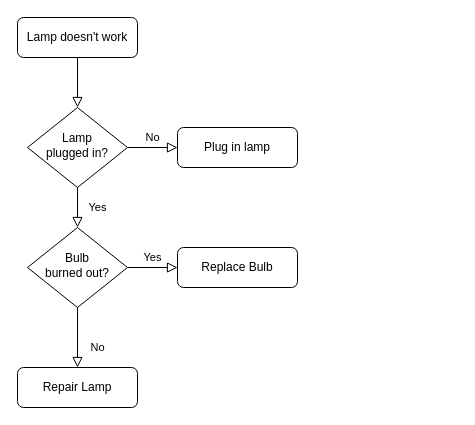
The draw.io diagram flowchart.drawio in penghl/drawio-test, before the edit. Source tidied: cells renumbered, new cells numbered last; positions are measured from the earlier drawing's top-left corner, leaving out a move shared by most shapes. Both pictures are drawn from the tidied source at 100%, with x=0, y=0 at pixel (17, 17).
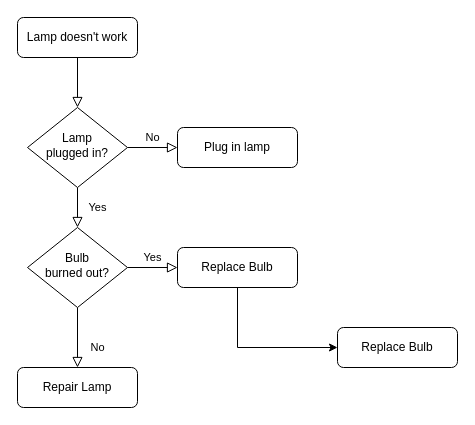
The same diagram, later.

What changed in the source:
```diff
@@
 <mxGraphModel>
   <root>
     <mxCell id="0" />
     <mxCell id="1" parent="0" />
     <mxCell id="2" style="rounded=0;html=1;jettySize=auto;fontSize=11;endArrow=block;endFill=0;endSize=8;strokeWidth=1;shadow=0;labelBackgroundColor=none;edgeStyle=orthogonalEdgeStyle;" parent="1" edge="1" source="3" target="6">
       <mxGeometry relative="1" as="geometry" />
     </mxCell>
     <mxCell id="3" value="Lamp doesn't work" style="rounded=1;whiteSpace=wrap;html=1;fontSize=12;glass=0;strokeWidth=1;shadow=0;" parent="1" vertex="1">
       <mxGeometry width="120" height="40" as="geometry" />
     </mxCell>
     <mxCell id="4" value="Yes" style="rounded=0;html=1;jettySize=auto;fontSize=11;endArrow=block;endFill=0;endSize=8;strokeWidth=1;shadow=0;labelBackgroundColor=none;edgeStyle=orthogonalEdgeStyle;" parent="1" edge="1" source="6" target="10">
       <mxGeometry y="20" relative="1" as="geometry" />
     </mxCell>
     <mxCell id="5" value="No" style="edgeStyle=orthogonalEdgeStyle;rounded=0;html=1;jettySize=auto;fontSize=11;endArrow=block;endFill=0;endSize=8;strokeWidth=1;shadow=0;labelBackgroundColor=none;" parent="1" edge="1" source="6" target="7">
       <mxGeometry y="10" relative="1" as="geometry" />
     </mxCell>
     <mxCell id="6" value="Lamp&lt;br&gt;plugged in?" style="rhombus;whiteSpace=wrap;html=1;shadow=0;fontFamily=Helvetica;fontSize=12;align=center;strokeWidth=1;spacing=6;spacingTop=-4;" parent="1" vertex="1">
       <mxGeometry x="10" y="90" width="100" height="80" as="geometry" />
     </mxCell>
     <mxCell id="7" value="Plug in lamp" style="rounded=1;whiteSpace=wrap;html=1;fontSize=12;glass=0;strokeWidth=1;shadow=0;" parent="1" vertex="1">
       <mxGeometry x="160" y="110" width="120" height="40" as="geometry" />
     </mxCell>
     <mxCell id="8" value="No" style="rounded=0;html=1;jettySize=auto;fontSize=11;endArrow=block;endFill=0;endSize=8;strokeWidth=1;shadow=0;labelBackgroundColor=none;edgeStyle=orthogonalEdgeStyle;" parent="1" edge="1" source="10" target="11">
       <mxGeometry x="0.33" y="20" relative="1" as="geometry" />
     </mxCell>
     <mxCell id="9" value="Yes" style="edgeStyle=orthogonalEdgeStyle;rounded=0;html=1;jettySize=auto;fontSize=11;endArrow=block;endFill=0;endSize=8;strokeWidth=1;shadow=0;labelBackgroundColor=none;" parent="1" edge="1" source="10" target="12">
       <mxGeometry y="10" relative="1" as="geometry" />
     </mxCell>
     <mxCell id="10" value="Bulb&lt;br&gt;burned out?" style="rhombus;whiteSpace=wrap;html=1;shadow=0;fontFamily=Helvetica;fontSize=12;align=center;strokeWidth=1;spacing=6;spacingTop=-4;" parent="1" vertex="1">
       <mxGeometry x="10" y="210" width="100" height="80" as="geometry" />
     </mxCell>
     <mxCell id="11" value="Repair Lamp" style="rounded=1;whiteSpace=wrap;html=1;fontSize=12;glass=0;strokeWidth=1;shadow=0;" parent="1" vertex="1">
       <mxGeometry y="350" width="120" height="40" as="geometry" />
     </mxCell>
+    <mxCell id="13" style="edgeStyle=orthogonalEdgeStyle;rounded=0;jettySize=auto;html=1;exitX=0.5;exitY=1;exitDx=0;exitDy=0;entryX=0;entryY=0.5;entryDx=0;entryDy=0;" parent="1" edge="1" source="12" target="14">
+      <mxGeometry relative="1" as="geometry" />
+    </mxCell>
     <mxCell id="12" value="Replace Bulb" style="rounded=1;whiteSpace=wrap;html=1;fontSize=12;glass=0;strokeWidth=1;shadow=0;" parent="1" vertex="1">
       <mxGeometry x="160" y="230" width="120" height="40" as="geometry" />
     </mxCell>
+    <mxCell id="14" value="Replace Bulb" style="rounded=1;whiteSpace=wrap;html=1;fontSize=12;glass=0;strokeWidth=1;shadow=0;" parent="1" vertex="1">
+      <mxGeometry x="320" y="310" width="120" height="40" as="geometry" />
+    </mxCell>
   </root>
 </mxGraphModel>
```
